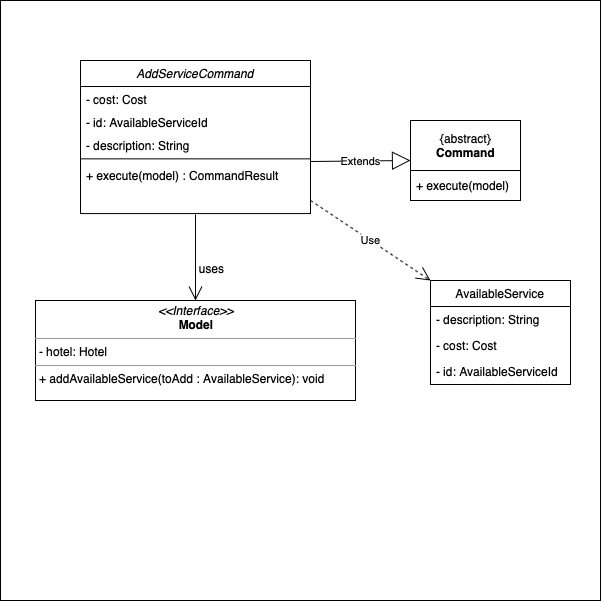
Earlier version of the draw.io export docs/images/AddServiceClass.png (AY1920S2-CS2103T-W13-2/main). Source tidied: cells renumbered, new cells last; positions are measured from the earlier drawing's top-left corner, leaving out a move shared by most shapes.
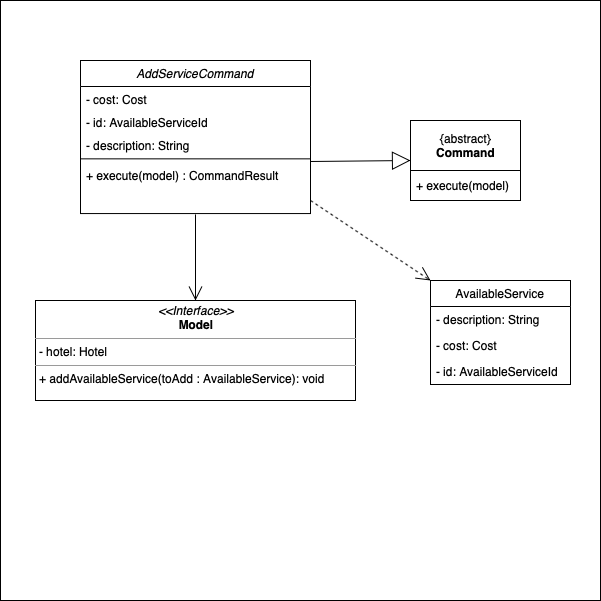
Above is the later version.

The edit, as a diff of the source:
```diff
@@ -5,7 +5,7 @@
     <mxCell id="2" style="whiteSpace=wrap;html=1;" parent="1" vertex="1">
       <mxGeometry width="600" height="600" as="geometry" />
     </mxCell>
-    <mxCell id="3" value="Extends" style="endArrow=block;endSize=16;endFill=0;html=1;exitX=1;exitY=0.5;exitDx=0;exitDy=0;" parent="1" edge="1">
+    <mxCell id="3" style="endArrow=block;endSize=16;endFill=0;html=1;exitX=1;exitY=0.5;exitDx=0;exitDy=0;" parent="1" edge="1">
       <mxGeometry relative="1" as="geometry">
         <mxPoint x="310" y="161" as="sourcePoint" />
         <mxPoint x="410" y="160" as="targetPoint" />
@@ -14,11 +14,6 @@
     <mxCell id="4" style="endArrow=open;endFill=1;endSize=12;html=1;entryX=0.5;entryY=0;entryDx=0;entryDy=0;exitX=0.5;exitY=1.017;exitDx=0;exitDy=0;exitPerimeter=0;" parent="1" edge="1" source="18" target="6">
       <mxGeometry relative="1" as="geometry" />
     </mxCell>
-    <mxCell id="5" value="uses" style="text;html=1;align=center;verticalAlign=middle;" parent="4" vertex="1">
-      <mxGeometry x="-0.07" y="5" relative="1" as="geometry">
-        <mxPoint x="10" y="14" as="offset" />
-      </mxGeometry>
-    </mxCell>
     <mxCell id="6" value="&lt;p style=&quot;margin: 0px ; margin-top: 4px ; text-align: center&quot;&gt;&lt;i&gt;&amp;lt;&amp;lt;Interface&amp;gt;&amp;gt;&lt;/i&gt;&lt;br&gt;&lt;b&gt;Model&lt;/b&gt;&lt;/p&gt;&lt;hr size=&quot;1&quot;&gt;&lt;p style=&quot;margin: 0px ; margin-left: 4px&quot;&gt;- hotel: Hotel&lt;br&gt;&lt;/p&gt;&lt;hr size=&quot;1&quot;&gt;&lt;p style=&quot;margin: 0px ; margin-left: 4px&quot;&gt;+ addAvailableService(toAdd : AvailableService): void&lt;br&gt;&lt;/p&gt;" style="verticalAlign=top;align=left;overflow=fill;fontSize=12;fontFamily=Helvetica;html=1;" parent="1" vertex="1">
       <mxGeometry x="35" y="300" width="320" height="100" as="geometry" />
     </mxCell>
@@ -34,7 +29,7 @@
     <mxCell id="10" value="- id: AvailableServiceId" style="text;strokeColor=none;fillColor=none;align=left;verticalAlign=top;spacingLeft=4;spacingRight=4;overflow=hidden;" parent="7" vertex="1">
       <mxGeometry y="78" width="140" height="26" as="geometry" />
     </mxCell>
-    <mxCell id="11" value="Use" style="endArrow=open;endSize=12;dashed=1;html=1;entryX=0;entryY=0;entryDx=0;entryDy=0;" parent="1" edge="1" target="7">
+    <mxCell id="11" style="endArrow=open;endSize=12;dashed=1;html=1;entryX=0;entryY=0;entryDx=0;entryDy=0;" parent="1" edge="1" target="7">
       <mxGeometry relative="1" as="geometry">
         <mxPoint x="310" y="200" as="sourcePoint" />
       </mxGeometry>
```
